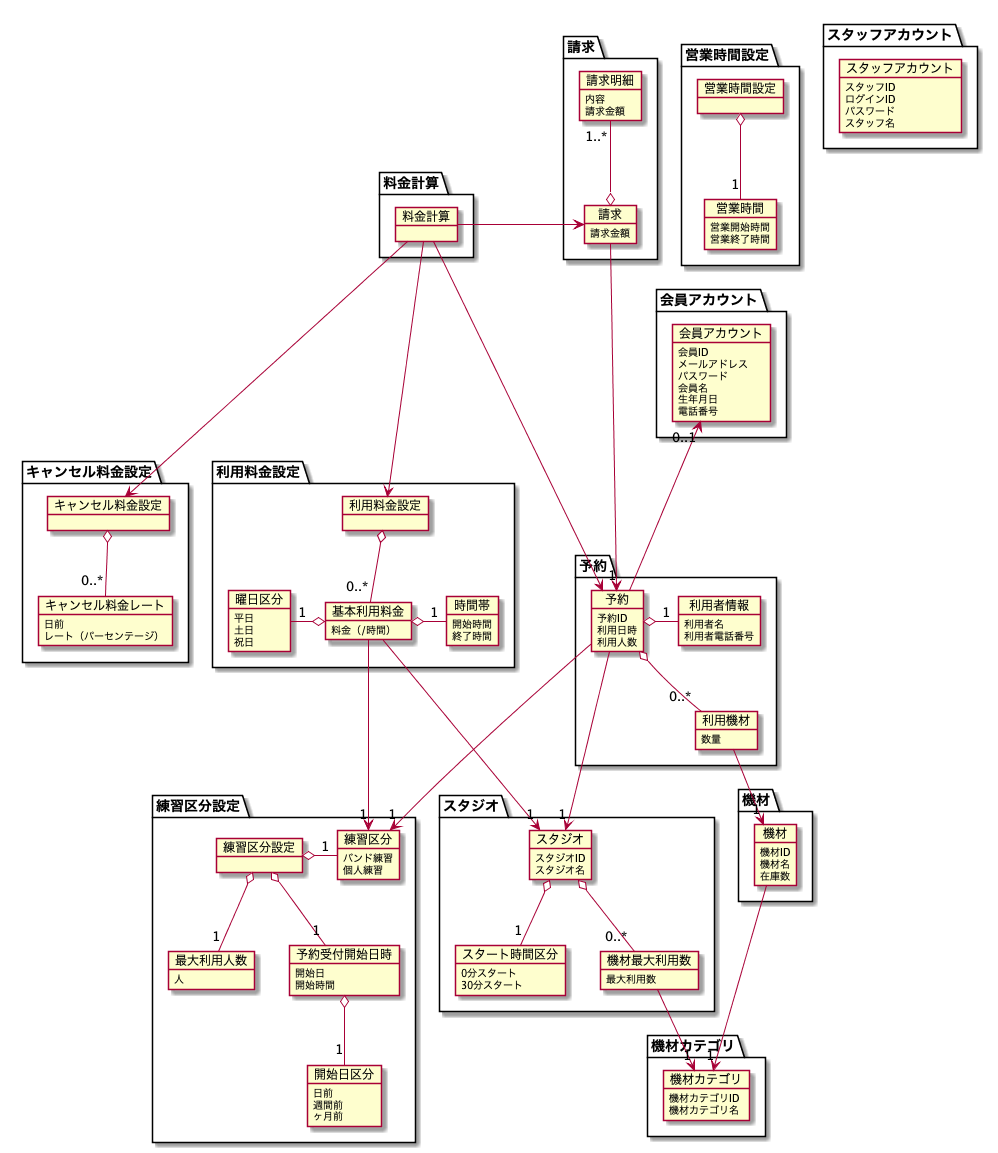
Above: modeling/07_DomainModel/DomainModel.png in TakashiOnawa/ddd-practice-studio-reservation (PlantUML), before the change.
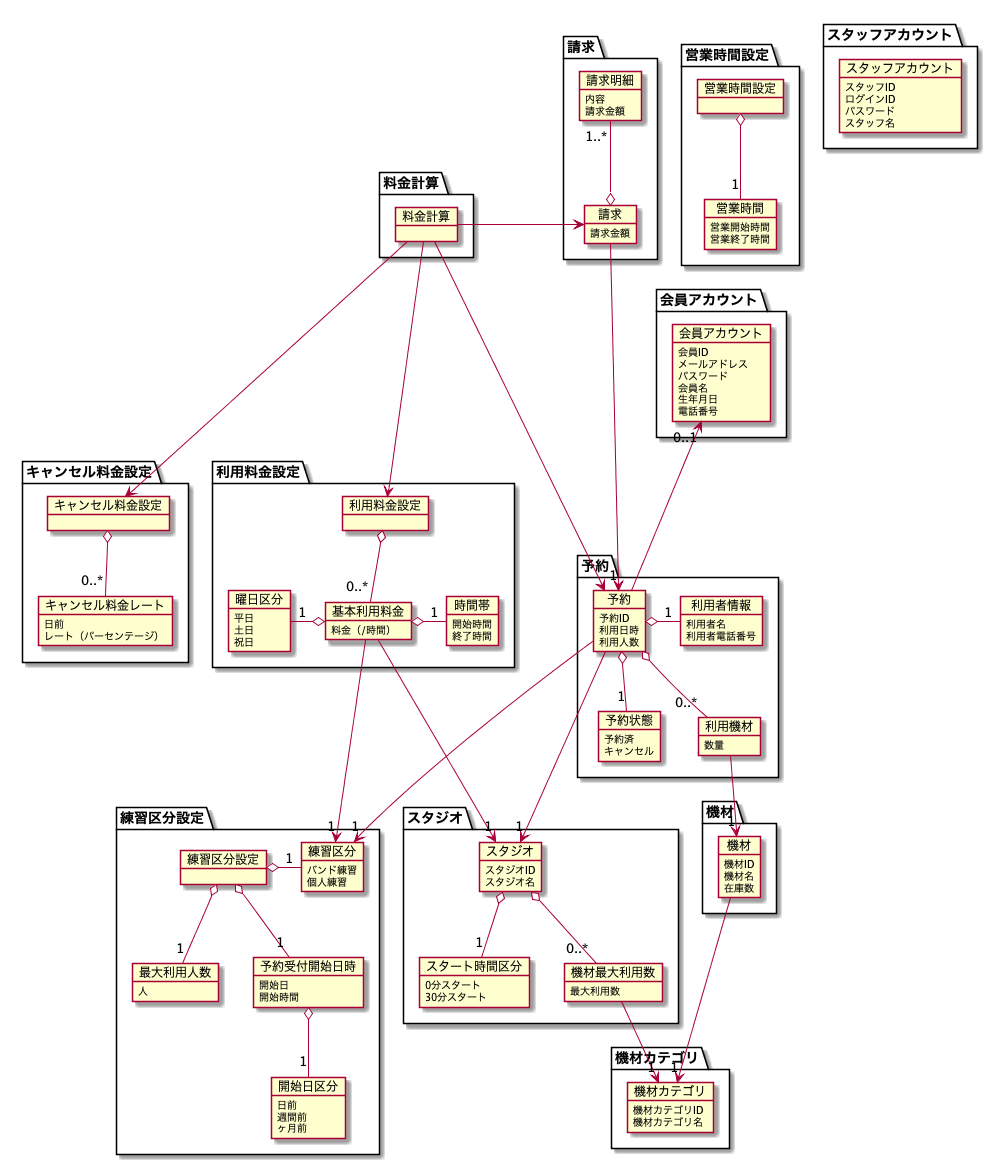
After the commit.

The edit, as a diff of the source:
```diff
@@ -5,6 +5,11 @@
         予約ID
         利用日時
         利用人数
+    }
+
+    object 予約状態 {
+        予約済
+        キャンセル
     }
 
     object 利用者情報 {
@@ -151,7 +156,8 @@
 
 予約 ---> "1" スタジオ
 予約 o-- "0..*" 利用機材
-予約 o- "1" 利用者情報
+予約 o-right- "1" 利用者情報
+予約 o-- "1" 予約状態
 予約 ---> "1" 練習区分
 予約 -up--> "0..1" 会員アカウント
 
@@ -181,9 +187,9 @@
 
 請求 o-up- "1..*" 請求明細
 請求 ---> "1" 予約
+料金計算 -left-> 請求
 料金計算 ---> 予約
 料金計算 ---> 利用料金設定
-料金計算 -left-> 請求
 料金計算 ---> キャンセル料金設定
 
 @enduml
```
